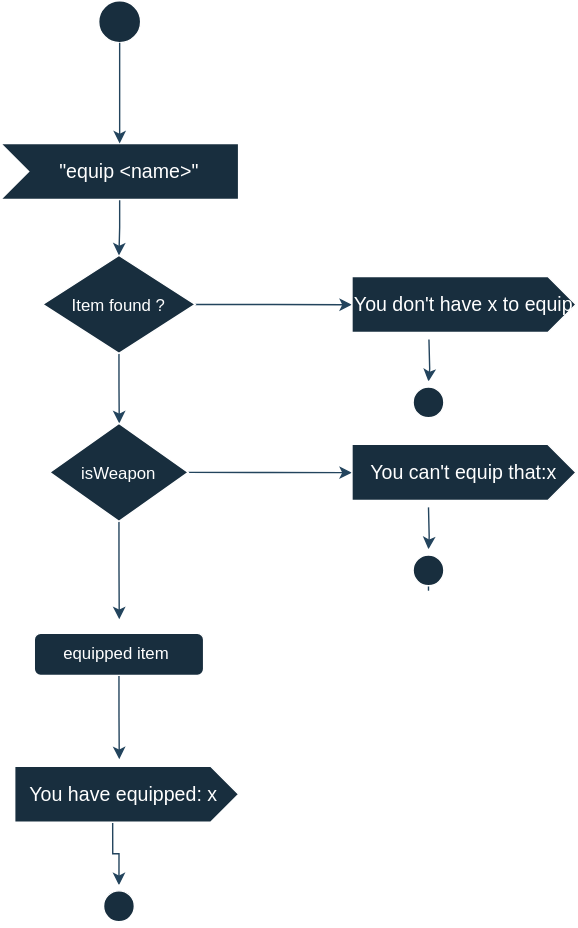
CarlWesterlind/Adventuregame keeps this draw.io diagram as src/Uge39_Adventure/aktivitetsdiagram.svg. Above is the earlier version. Source tidied: cells renumbered, new cells last; positions are measured from the earlier drawing's top-left corner, leaving out a move shared by most shapes.
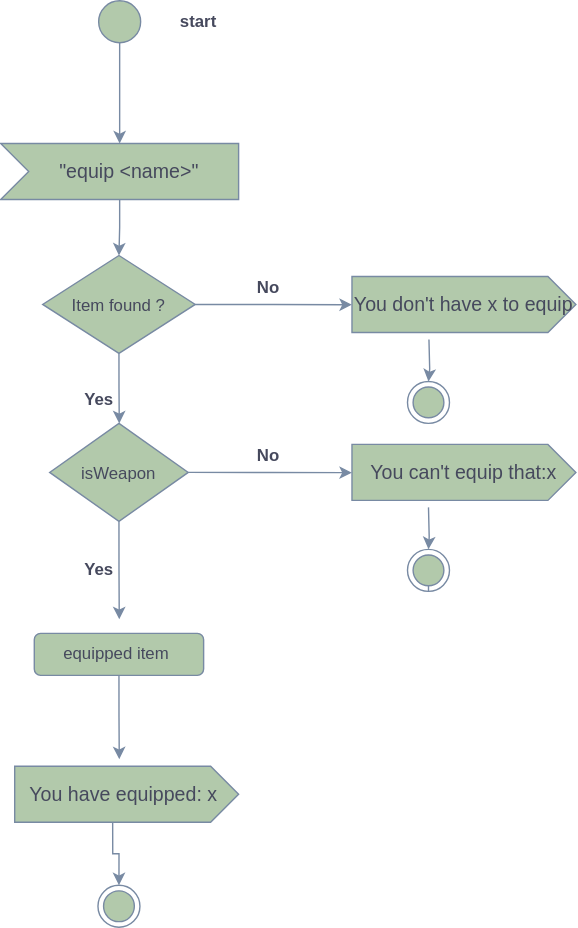
The same file after the commit.

Commit message:
har gjort ativitesdiagram

Diff of the diagram source:
```diff
@@ -2,101 +2,101 @@
   <root>
     <mxCell id="0" />
     <mxCell id="1" parent="0" />
-    <mxCell id="2" value="start" style="text;align=center;fontStyle=1;verticalAlign=middle;spacingLeft=3;spacingRight=3;strokeColor=none;html=1;labelBackgroundColor=none;fontColor=#FFFFFF;" parent="1" vertex="1">
+    <mxCell id="2" value="start" style="text;align=center;fontStyle=1;verticalAlign=middle;spacingLeft=3;spacingRight=3;strokeColor=none;html=1;labelBackgroundColor=none;fontColor=#46495D;" parent="1" vertex="1">
       <mxGeometry x="101" y="2" width="80" height="26" as="geometry" />
     </mxCell>
-    <mxCell id="3" style="edgeStyle=orthogonalEdgeStyle;rounded=0;jettySize=auto;html=1;exitX=0;exitY=0;exitDx=85;exitDy=40;exitPerimeter=0;entryX=0.5;entryY=0;entryDx=0;entryDy=0;labelBackgroundColor=none;strokeColor=#23445D;fontColor=default;" parent="1" edge="1" source="4" target="9">
+    <mxCell id="3" style="edgeStyle=orthogonalEdgeStyle;rounded=0;jettySize=auto;html=1;exitX=0;exitY=0;exitDx=85;exitDy=40;exitPerimeter=0;entryX=0.5;entryY=0;entryDx=0;entryDy=0;labelBackgroundColor=none;fontColor=default;strokeColor=#788AA3;" parent="1" edge="1" source="4" target="9">
       <mxGeometry relative="1" as="geometry" />
     </mxCell>
-    <mxCell id="4" value="&quot;equip &amp;lt;name&amp;gt;&quot;" style="html=1;shape=mxgraph.infographic.ribbonSimple;notch1=20;notch2=0;align=center;verticalAlign=middle;fontSize=14;fontStyle=0;fillColor=#182E3E;flipH=0;spacingRight=0;spacingLeft=14;whiteSpace=wrap;labelBackgroundColor=none;strokeColor=#FFFFFF;fontColor=#FFFFFF;" parent="1" vertex="1">
+    <mxCell id="4" value="&quot;equip &amp;lt;name&amp;gt;&quot;" style="html=1;shape=mxgraph.infographic.ribbonSimple;notch1=20;notch2=0;align=center;verticalAlign=middle;fontSize=14;fontStyle=0;flipH=0;spacingRight=0;spacingLeft=14;whiteSpace=wrap;labelBackgroundColor=none;fillColor=#B2C9AB;strokeColor=#788AA3;fontColor=#46495D;" parent="1" vertex="1">
       <mxGeometry y="102" width="170" height="40" as="geometry" />
     </mxCell>
-    <mxCell id="5" style="ellipse;fillColor=#182E3E;html=1;labelBackgroundColor=none;strokeColor=#FFFFFF;fontColor=#FFFFFF;" parent="1" vertex="1">
+    <mxCell id="5" style="ellipse;html=1;labelBackgroundColor=none;fillColor=#B2C9AB;strokeColor=#788AA3;fontColor=#46495D;" parent="1" vertex="1">
       <mxGeometry x="70" width="30" height="30" as="geometry" />
     </mxCell>
-    <mxCell id="6" style="edgeStyle=orthogonalEdgeStyle;rounded=0;jettySize=auto;html=1;exitX=0.5;exitY=1;exitDx=0;exitDy=0;entryX=0;entryY=0;entryDx=85;entryDy=0;entryPerimeter=0;labelBackgroundColor=none;strokeColor=#23445D;fontColor=default;" parent="1" edge="1" source="5" target="4">
+    <mxCell id="6" style="edgeStyle=orthogonalEdgeStyle;rounded=0;jettySize=auto;html=1;exitX=0.5;exitY=1;exitDx=0;exitDy=0;entryX=0;entryY=0;entryDx=85;entryDy=0;entryPerimeter=0;labelBackgroundColor=none;fontColor=default;strokeColor=#788AA3;" parent="1" edge="1" source="5" target="4">
       <mxGeometry relative="1" as="geometry" />
     </mxCell>
-    <mxCell id="7" style="edgeStyle=orthogonalEdgeStyle;rounded=0;jettySize=auto;html=1;exitX=1;exitY=0.5;exitDx=0;exitDy=0;labelBackgroundColor=none;strokeColor=#23445D;fontColor=default;" parent="1" edge="1" source="9">
+    <mxCell id="7" style="edgeStyle=orthogonalEdgeStyle;rounded=0;jettySize=auto;html=1;exitX=1;exitY=0.5;exitDx=0;exitDy=0;labelBackgroundColor=none;fontColor=default;strokeColor=#788AA3;" parent="1" edge="1" source="9">
       <mxGeometry relative="1" as="geometry">
         <mxPoint x="251" y="217.2" as="targetPoint" />
       </mxGeometry>
     </mxCell>
-    <mxCell id="8" style="edgeStyle=orthogonalEdgeStyle;rounded=0;jettySize=auto;html=1;exitX=0.5;exitY=1;exitDx=0;exitDy=0;labelBackgroundColor=none;strokeColor=#23445D;fontColor=default;" parent="1" edge="1" source="9">
+    <mxCell id="8" style="edgeStyle=orthogonalEdgeStyle;rounded=0;jettySize=auto;html=1;exitX=0.5;exitY=1;exitDx=0;exitDy=0;labelBackgroundColor=none;fontColor=default;strokeColor=#788AA3;" parent="1" edge="1" source="9">
       <mxGeometry relative="1" as="geometry">
         <mxPoint x="84.7" y="302" as="targetPoint" />
       </mxGeometry>
     </mxCell>
-    <mxCell id="9" value="Item found ?" style="rhombus;labelBackgroundColor=none;fillColor=#182E3E;strokeColor=#FFFFFF;fontColor=#FFFFFF;" parent="1" vertex="1">
+    <mxCell id="9" value="Item found ?" style="rhombus;labelBackgroundColor=none;fillColor=#B2C9AB;strokeColor=#788AA3;fontColor=#46495D;" parent="1" vertex="1">
       <mxGeometry x="30" y="182" width="109" height="70" as="geometry" />
     </mxCell>
-    <mxCell id="10" value="No" style="text;align=center;fontStyle=1;verticalAlign=middle;spacingLeft=3;spacingRight=3;strokeColor=none;html=1;labelBackgroundColor=none;fontColor=#FFFFFF;" parent="1" vertex="1">
+    <mxCell id="10" value="No" style="text;align=center;fontStyle=1;verticalAlign=middle;spacingLeft=3;spacingRight=3;strokeColor=none;html=1;labelBackgroundColor=none;fontColor=#46495D;" parent="1" vertex="1">
       <mxGeometry x="151" y="192" width="80" height="26" as="geometry" />
     </mxCell>
-    <mxCell id="11" value="Yes" style="text;align=center;fontStyle=1;verticalAlign=middle;spacingLeft=3;spacingRight=3;strokeColor=none;html=1;labelBackgroundColor=none;fontColor=#FFFFFF;" parent="1" vertex="1">
+    <mxCell id="11" value="Yes" style="text;align=center;fontStyle=1;verticalAlign=middle;spacingLeft=3;spacingRight=3;strokeColor=none;html=1;labelBackgroundColor=none;fontColor=#46495D;" parent="1" vertex="1">
       <mxGeometry x="30" y="272" width="80" height="26" as="geometry" />
     </mxCell>
-    <mxCell id="12" style="edgeStyle=orthogonalEdgeStyle;rounded=0;jettySize=auto;html=1;exitX=0.5;exitY=1;exitDx=0;exitDy=0;labelBackgroundColor=none;strokeColor=#23445D;fontColor=default;" parent="1" edge="1" target="13">
+    <mxCell id="12" style="edgeStyle=orthogonalEdgeStyle;rounded=0;jettySize=auto;html=1;exitX=0.5;exitY=1;exitDx=0;exitDy=0;labelBackgroundColor=none;fontColor=default;strokeColor=#788AA3;" parent="1" edge="1" target="13">
       <mxGeometry relative="1" as="geometry">
         <mxPoint x="306" y="242" as="sourcePoint" />
       </mxGeometry>
     </mxCell>
-    <mxCell id="13" style="ellipse;html=1;shape=endState;fillColor=#182E3E;labelBackgroundColor=none;strokeColor=#FFFFFF;fontColor=#FFFFFF;" parent="1" vertex="1">
+    <mxCell id="13" style="ellipse;html=1;shape=endState;labelBackgroundColor=none;fillColor=#B2C9AB;strokeColor=#788AA3;fontColor=#46495D;" parent="1" vertex="1">
       <mxGeometry x="290.7" y="272" width="30" height="30" as="geometry" />
     </mxCell>
-    <mxCell id="14" style="edgeStyle=orthogonalEdgeStyle;rounded=0;jettySize=auto;html=1;exitX=1;exitY=0.5;exitDx=0;exitDy=0;labelBackgroundColor=none;strokeColor=#23445D;fontColor=default;" parent="1" edge="1" source="16">
+    <mxCell id="14" style="edgeStyle=orthogonalEdgeStyle;rounded=0;jettySize=auto;html=1;exitX=1;exitY=0.5;exitDx=0;exitDy=0;labelBackgroundColor=none;fontColor=default;strokeColor=#788AA3;" parent="1" edge="1" source="16">
       <mxGeometry relative="1" as="geometry">
         <mxPoint x="251" y="337.2" as="targetPoint" />
       </mxGeometry>
     </mxCell>
-    <mxCell id="15" style="edgeStyle=orthogonalEdgeStyle;rounded=0;jettySize=auto;html=1;exitX=0.5;exitY=1;exitDx=0;exitDy=0;labelBackgroundColor=none;strokeColor=#23445D;fontColor=default;" parent="1" edge="1" source="16">
+    <mxCell id="15" style="edgeStyle=orthogonalEdgeStyle;rounded=0;jettySize=auto;html=1;exitX=0.5;exitY=1;exitDx=0;exitDy=0;labelBackgroundColor=none;fontColor=default;strokeColor=#788AA3;" parent="1" edge="1" source="16">
       <mxGeometry relative="1" as="geometry">
         <mxPoint x="84.7" y="442" as="targetPoint" />
       </mxGeometry>
     </mxCell>
-    <mxCell id="16" value="isWeapon" style="rhombus;labelBackgroundColor=none;fillColor=#182E3E;strokeColor=#FFFFFF;fontColor=#FFFFFF;" parent="1" vertex="1">
+    <mxCell id="16" value="isWeapon" style="rhombus;labelBackgroundColor=none;fillColor=#B2C9AB;strokeColor=#788AA3;fontColor=#46495D;" parent="1" vertex="1">
       <mxGeometry x="35" y="302" width="99" height="70" as="geometry" />
     </mxCell>
-    <mxCell id="17" value="No" style="text;align=center;fontStyle=1;verticalAlign=middle;spacingLeft=3;spacingRight=3;strokeColor=none;html=1;labelBackgroundColor=none;fontColor=#FFFFFF;" parent="1" vertex="1">
+    <mxCell id="17" value="No" style="text;align=center;fontStyle=1;verticalAlign=middle;spacingLeft=3;spacingRight=3;strokeColor=none;html=1;labelBackgroundColor=none;fontColor=#46495D;" parent="1" vertex="1">
       <mxGeometry x="151" y="312" width="80" height="26" as="geometry" />
     </mxCell>
-    <mxCell id="18" style="edgeStyle=orthogonalEdgeStyle;rounded=0;jettySize=auto;html=1;exitX=0.5;exitY=1;exitDx=0;exitDy=0;labelBackgroundColor=none;strokeColor=#23445D;fontColor=default;" parent="1" edge="1" source="20">
+    <mxCell id="18" style="edgeStyle=orthogonalEdgeStyle;rounded=0;jettySize=auto;html=1;exitX=0.5;exitY=1;exitDx=0;exitDy=0;labelBackgroundColor=none;fontColor=default;strokeColor=#788AA3;" parent="1" edge="1" source="20">
       <mxGeometry relative="1" as="geometry">
         <mxPoint x="305.7" y="402" as="targetPoint" />
       </mxGeometry>
     </mxCell>
-    <mxCell id="19" style="edgeStyle=orthogonalEdgeStyle;rounded=0;jettySize=auto;html=1;exitX=0.5;exitY=1;exitDx=0;exitDy=0;labelBackgroundColor=none;strokeColor=#23445D;fontColor=default;" parent="1" edge="1" target="20">
+    <mxCell id="19" style="edgeStyle=orthogonalEdgeStyle;rounded=0;jettySize=auto;html=1;exitX=0.5;exitY=1;exitDx=0;exitDy=0;labelBackgroundColor=none;fontColor=default;strokeColor=#788AA3;" parent="1" edge="1" target="20">
       <mxGeometry relative="1" as="geometry">
         <mxPoint x="305.7" y="362" as="sourcePoint" />
       </mxGeometry>
     </mxCell>
-    <mxCell id="20" style="ellipse;html=1;shape=endState;fillColor=#182E3E;labelBackgroundColor=none;strokeColor=#FFFFFF;fontColor=#FFFFFF;" parent="1" vertex="1">
+    <mxCell id="20" style="ellipse;html=1;shape=endState;labelBackgroundColor=none;fillColor=#B2C9AB;strokeColor=#788AA3;fontColor=#46495D;" parent="1" vertex="1">
       <mxGeometry x="290.7" y="392" width="30" height="30" as="geometry" />
     </mxCell>
-    <mxCell id="21" value="Yes" style="text;align=center;fontStyle=1;verticalAlign=middle;spacingLeft=3;spacingRight=3;strokeColor=none;html=1;labelBackgroundColor=none;fontColor=#FFFFFF;" parent="1" vertex="1">
+    <mxCell id="21" value="Yes" style="text;align=center;fontStyle=1;verticalAlign=middle;spacingLeft=3;spacingRight=3;strokeColor=none;html=1;labelBackgroundColor=none;fontColor=#46495D;" parent="1" vertex="1">
       <mxGeometry x="30" y="394" width="80" height="26" as="geometry" />
     </mxCell>
-    <mxCell id="22" style="edgeStyle=orthogonalEdgeStyle;rounded=0;jettySize=auto;html=1;exitX=0.5;exitY=1;exitDx=0;exitDy=0;labelBackgroundColor=none;strokeColor=#23445D;fontColor=default;" parent="1" edge="1" source="23">
+    <mxCell id="22" style="edgeStyle=orthogonalEdgeStyle;rounded=0;jettySize=auto;html=1;exitX=0.5;exitY=1;exitDx=0;exitDy=0;labelBackgroundColor=none;fontColor=default;strokeColor=#788AA3;" parent="1" edge="1" source="23">
       <mxGeometry relative="1" as="geometry">
         <mxPoint x="84.7" y="542" as="targetPoint" />
       </mxGeometry>
     </mxCell>
-    <mxCell id="23" value="equipped item&amp;nbsp;" style="rounded=1;whiteSpace=wrap;html=1;labelBackgroundColor=none;fillColor=#182E3E;strokeColor=#FFFFFF;fontColor=#FFFFFF;" parent="1" vertex="1">
+    <mxCell id="23" value="equipped item&amp;nbsp;" style="rounded=1;whiteSpace=wrap;html=1;labelBackgroundColor=none;fillColor=#B2C9AB;strokeColor=#788AA3;fontColor=#46495D;" parent="1" vertex="1">
       <mxGeometry x="24" y="452" width="121" height="30" as="geometry" />
     </mxCell>
-    <mxCell id="24" style="edgeStyle=orthogonalEdgeStyle;rounded=0;jettySize=auto;html=1;exitX=0;exitY=0;exitDx=70;exitDy=40;exitPerimeter=0;entryX=0.5;entryY=0;entryDx=0;entryDy=0;labelBackgroundColor=none;strokeColor=#23445D;fontColor=default;" parent="1" edge="1" source="25" target="26">
+    <mxCell id="24" style="edgeStyle=orthogonalEdgeStyle;rounded=0;jettySize=auto;html=1;exitX=0;exitY=0;exitDx=70;exitDy=40;exitPerimeter=0;entryX=0.5;entryY=0;entryDx=0;entryDy=0;labelBackgroundColor=none;fontColor=default;strokeColor=#788AA3;" parent="1" edge="1" source="25" target="26">
       <mxGeometry relative="1" as="geometry" />
     </mxCell>
-    <mxCell id="25" value="You have equipped: x&amp;nbsp;" style="html=1;shape=mxgraph.infographic.ribbonSimple;notch1=0;notch2=20;align=center;verticalAlign=middle;fontSize=14;fontStyle=0;fillColor=#182E3E;whiteSpace=wrap;labelBackgroundColor=none;strokeColor=#FFFFFF;fontColor=#FFFFFF;" parent="1" vertex="1">
+    <mxCell id="25" value="You have equipped: x&amp;nbsp;" style="html=1;shape=mxgraph.infographic.ribbonSimple;notch1=0;notch2=20;align=center;verticalAlign=middle;fontSize=14;fontStyle=0;whiteSpace=wrap;labelBackgroundColor=none;fillColor=#B2C9AB;strokeColor=#788AA3;fontColor=#46495D;" parent="1" vertex="1">
       <mxGeometry x="10" y="547" width="160" height="40" as="geometry" />
     </mxCell>
-    <mxCell id="26" style="ellipse;html=1;shape=endState;fillColor=#182E3E;labelBackgroundColor=none;strokeColor=#FFFFFF;fontColor=#FFFFFF;" parent="1" vertex="1">
+    <mxCell id="26" style="ellipse;html=1;shape=endState;labelBackgroundColor=none;fillColor=#B2C9AB;strokeColor=#788AA3;fontColor=#46495D;" parent="1" vertex="1">
       <mxGeometry x="69.5" y="632" width="30" height="30" as="geometry" />
     </mxCell>
-    <mxCell id="27" value="You can't equip that:x" style="html=1;shape=mxgraph.infographic.ribbonSimple;notch1=0;notch2=20;align=center;verticalAlign=middle;fontSize=14;fontStyle=0;fillColor=#182E3E;whiteSpace=wrap;labelBackgroundColor=none;strokeColor=#FFFFFF;fontColor=#FFFFFF;" parent="1" vertex="1">
+    <mxCell id="27" value="You can't equip that:x" style="html=1;shape=mxgraph.infographic.ribbonSimple;notch1=0;notch2=20;align=center;verticalAlign=middle;fontSize=14;fontStyle=0;whiteSpace=wrap;labelBackgroundColor=none;fillColor=#B2C9AB;strokeColor=#788AA3;fontColor=#46495D;" parent="1" vertex="1">
       <mxGeometry x="251" y="317" width="160" height="40" as="geometry" />
     </mxCell>
-    <mxCell id="28" value="You don't have x to equip" style="html=1;shape=mxgraph.infographic.ribbonSimple;notch1=0;notch2=20;align=center;verticalAlign=middle;fontSize=14;fontStyle=0;fillColor=#182E3E;whiteSpace=wrap;labelBackgroundColor=none;strokeColor=#FFFFFF;fontColor=#FFFFFF;" parent="1" vertex="1">
+    <mxCell id="28" value="You don't have x to equip" style="html=1;shape=mxgraph.infographic.ribbonSimple;notch1=0;notch2=20;align=center;verticalAlign=middle;fontSize=14;fontStyle=0;whiteSpace=wrap;labelBackgroundColor=none;fillColor=#B2C9AB;strokeColor=#788AA3;fontColor=#46495D;" parent="1" vertex="1">
       <mxGeometry x="251" y="197" width="160" height="40" as="geometry" />
     </mxCell>
   </root>
```
